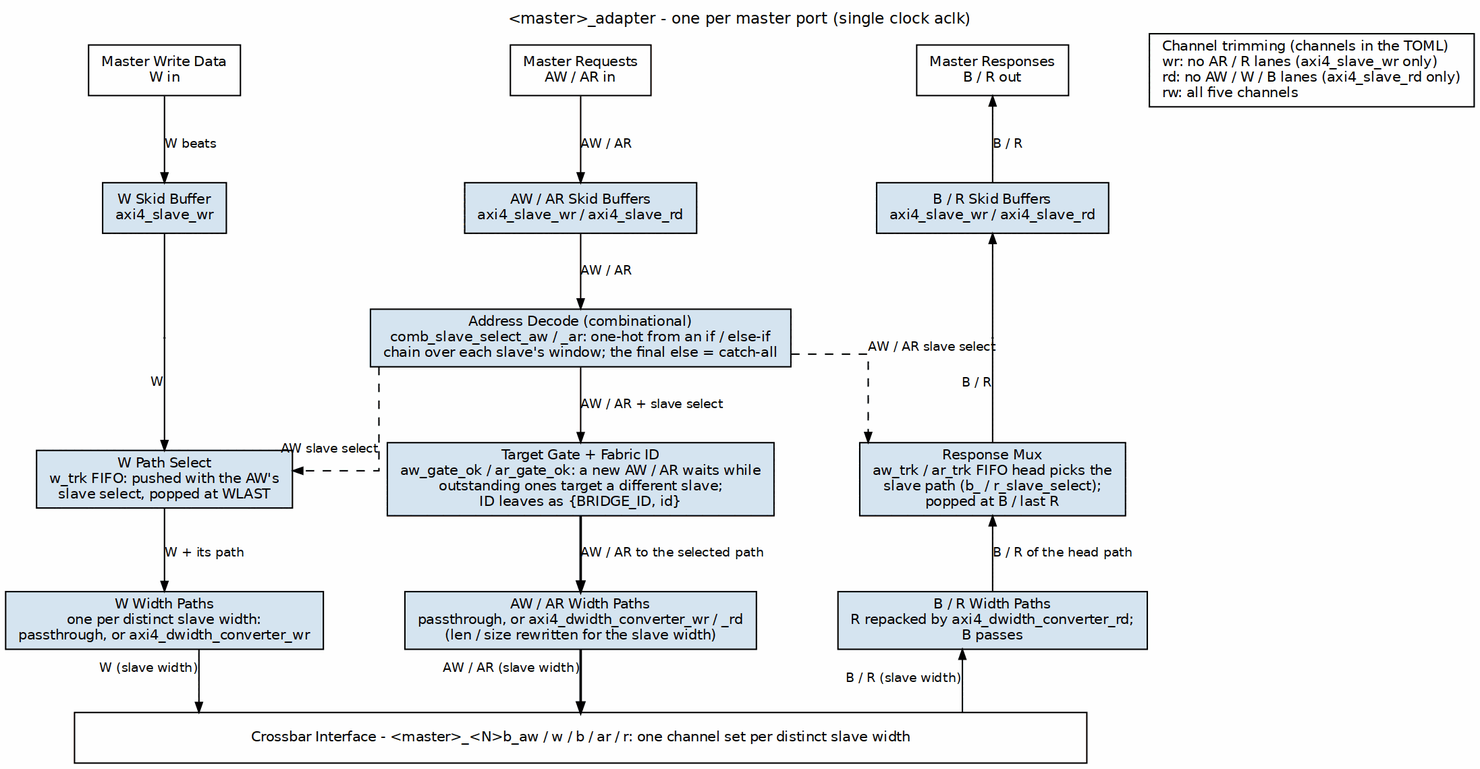
Before: projects/components/fabric-gen-ip/bridge/docs/bridge_mas/assets/graphviz/master_adapter.png, a diagram exported from Graphviz (sean-galloway/RTLDesignSherpa). Its source is kept beside it as projects/components/fabric-gen-ip/bridge/docs/bridge_mas/assets/graphviz/master_adapter.dot. Its diagram source:
```dot
digraph master_adapter {
    graph [rankdir=TB, bgcolor="white", fontname="Helvetica", fontsize=11,
           nodesep="0.40", ranksep="0.60", splines=ortho, labelloc=t,
           label="<master>_adapter - one per master port (single clock aclk)"];
    node  [fontname="Helvetica", fontsize=10, shape=box, style=filled,
           fillcolor="#D6E4F0", color="black", margin="0.12,0.06"];
    edge  [fontname="Helvetica", fontsize=9, color="black", arrowsize=0.7];

    pw [label="Master Write Data\nW in", fillcolor="white", group=L];
    pc [label="Master Requests\nAW / AR in", fillcolor="white", group=C];
    pr [label="Master Responses\nB / R out", fillcolor="white", group=R];
    legend [label="Channel trimming (channels in the TOML)\lwr: no AR / R lanes (axi4_slave_wr only)\lrd: no AW / W / B lanes (axi4_slave_rd only)\lrw: all five channels\l", fillcolor="white"];
    { rank=same; pw; pc; pr; legend; }
    pw -> pc -> pr -> legend [style=invis];

    sw [label="W Skid Buffer\naxi4_slave_wr", group=L];
    sc [label="AW / AR Skid Buffers\naxi4_slave_wr / axi4_slave_rd", group=C];
    sr [label="B / R Skid Buffers\naxi4_slave_wr / axi4_slave_rd", group=R];
    { rank=same; sw; sc; sr; }
    sw -> sc -> sr [style=invis];

    p1l [shape=point, width=0.01, label="", group=L];
    dec [label="Address Decode (combinational)\ncomb_slave_select_aw / _ar: one-hot from an if / else-if\nchain over each slave's window; the final else = catch-all", group=C];
    p1r [shape=point, width=0.01, label="", group=R];
    { rank=same; p1l; dec; p1r; }
    p1l -> dec -> p1r [style=invis];

    wsel [label="W Path Select\nw_trk FIFO: pushed with the AW's\nslave select, popped at WLAST", group=L];
    gate [label="Target Gate + Fabric ID\naw_gate_ok / ar_gate_ok: a new AW / AR waits while\noutstanding ones target a different slave;\nID leaves as {BRIDGE_ID, id}", group=C];
    rmux [label="Response Mux\naw_trk / ar_trk FIFO head picks the\nslave path (b_ / r_slave_select);\npopped at B / last R", group=R];
    { rank=same; wsel; gate; rmux; }
    wsel -> gate -> rmux [style=invis];

    wl [label="W Width Paths\none per distinct slave width:\npassthrough, or axi4_dwidth_converter_wr", group=L];
    cl [label="AW / AR Width Paths\npassthrough, or axi4_dwidth_converter_wr / _rd\n(len / size rewritten for the slave width)", group=C];
    rl [label="B / R Width Paths\nR repacked by axi4_dwidth_converter_rd;\nB passes", group=R];
    { rank=same; wl; cl; rl; }
    wl -> cl -> rl [style=invis];

    bar [label="Crossbar Interface - <master>_<N>b_aw / w / b / ar / r: one channel set per distinct slave width", fillcolor="white", width=10, group=C];

    pw -> sw [label="W beats"];
    sw -> p1l [dir=none];
    p1l -> wsel [xlabel="W"];
    wsel -> wl [label="W + its path"];
    wl -> bar [xlabel="W (slave width)"];

    pc -> sc [label="AW / AR"];
    sc -> dec [label="AW / AR"];
    dec -> gate [label="AW / AR + slave select"];
    gate -> cl [label="AW / AR to the selected path", penwidth=1.8];
    cl -> bar [xlabel="AW / AR (slave width)", penwidth=1.8];

    pr -> sr [dir=back, label="B / R"];
    sr -> p1r [dir=back];
    p1r -> rmux [dir=none, xlabel="B / R"];
    rmux -> rl [dir=back, label="B / R of the head path"];
    rl -> bar [dir=back, xlabel="B / R (slave width)"];

    dec -> wsel [style=dashed, xlabel="AW slave select"];
    dec -> rmux [style=dashed, xlabel="AW / AR slave select"];
}
```
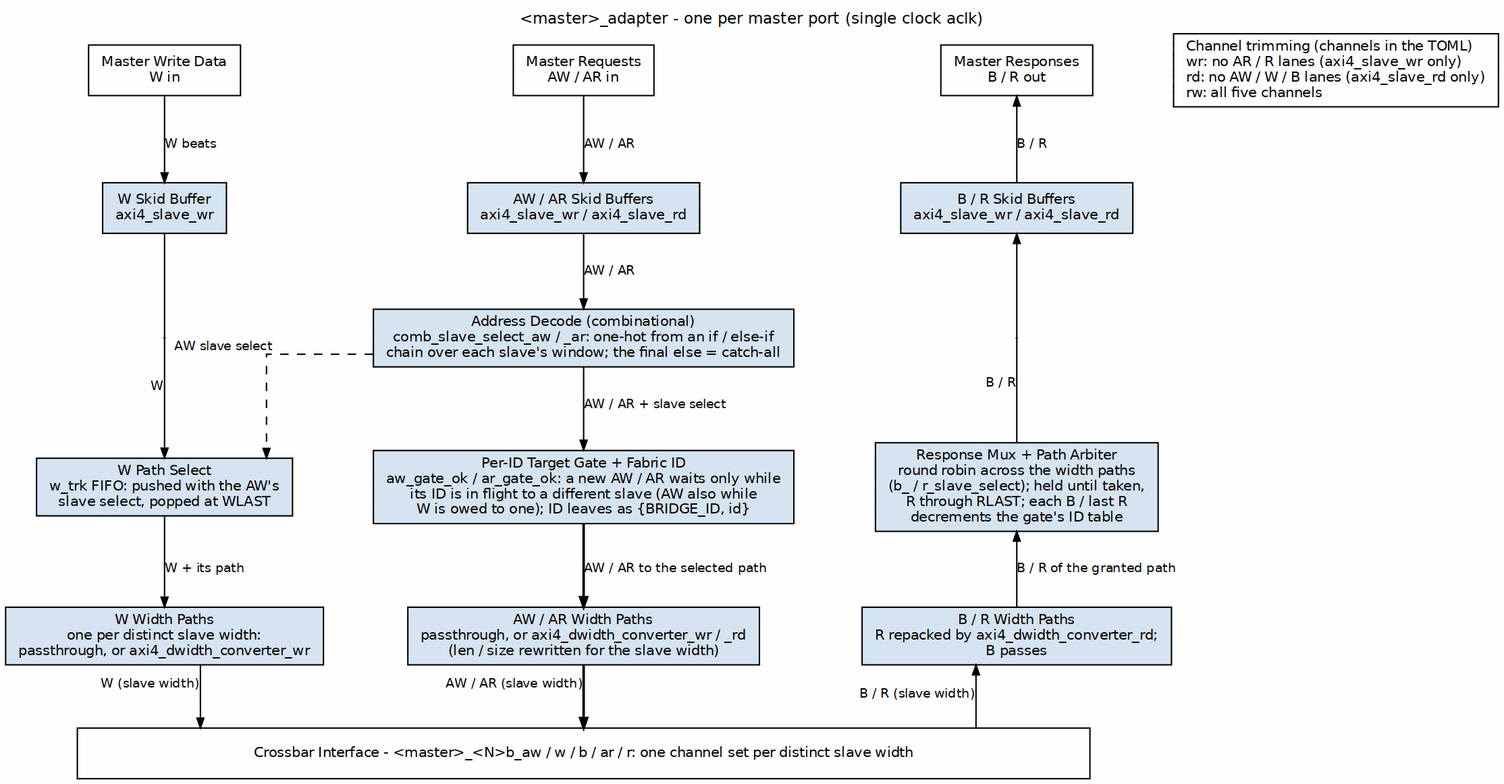
The same file after the commit.

The edit, as a diff of the source:
```diff
@@ -26,8 +26,8 @@
     p1l -> dec -> p1r [style=invis];
 
     wsel [label="W Path Select\nw_trk FIFO: pushed with the AW's\nslave select, popped at WLAST", group=L];
-    gate [label="Target Gate + Fabric ID\naw_gate_ok / ar_gate_ok: a new AW / AR waits while\noutstanding ones target a different slave;\nID leaves as {BRIDGE_ID, id}", group=C];
-    rmux [label="Response Mux\naw_trk / ar_trk FIFO head picks the\nslave path (b_ / r_slave_select);\npopped at B / last R", group=R];
+    gate [label="Per-ID Target Gate + Fabric ID\naw_gate_ok / ar_gate_ok: a new AW / AR waits only while\nits ID is in flight to a different slave (AW also while\nW is owed to one); ID leaves as {BRIDGE_ID, id}", group=C];
+    rmux [label="Response Mux + Path Arbiter\nround robin across the width paths\n(b_ / r_slave_select); held until taken,\nR through RLAST; each B / last R\ndecrements the gate's ID table", group=R];
     { rank=same; wsel; gate; rmux; }
     wsel -> gate -> rmux [style=invis];
 
@@ -54,9 +54,8 @@
     pr -> sr [dir=back, label="B / R"];
     sr -> p1r [dir=back];
     p1r -> rmux [dir=none, xlabel="B / R"];
-    rmux -> rl [dir=back, label="B / R of the head path"];
+    rmux -> rl [dir=back, label="B / R of the granted path"];
     rl -> bar [dir=back, xlabel="B / R (slave width)"];
 
     dec -> wsel [style=dashed, xlabel="AW slave select"];
-    dec -> rmux [style=dashed, xlabel="AW / AR slave select"];
 }
```
